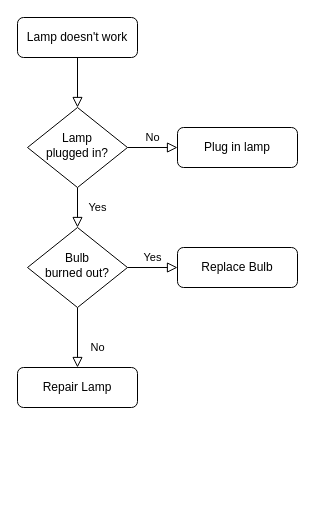
Before: figures/Untitled Diagram.drawio in cclatterbuck/CAplastics, a draw.io diagram. Source tidied: cells renumbered, new cells numbered last; positions are measured from the earlier drawing's top-left corner, leaving out a move shared by most shapes. Both pictures are drawn from the tidied source at 100%, with x=0, y=0 at pixel (17, 17).
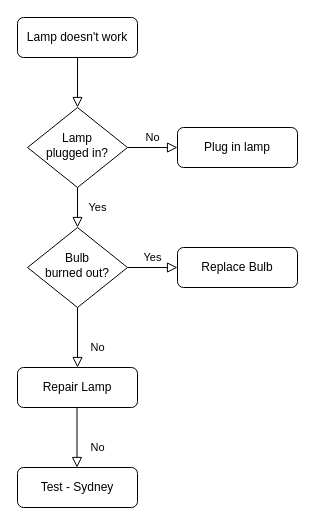
The same diagram, later.

What changed in the source:
```diff
@@
 <mxGraphModel>
   <root>
     <mxCell id="0" />
     <mxCell id="1" parent="0" />
     <mxCell id="2" style="rounded=0;html=1;jettySize=auto;fontSize=11;endArrow=block;endFill=0;endSize=8;strokeWidth=1;shadow=0;labelBackgroundColor=none;edgeStyle=orthogonalEdgeStyle;" parent="1" edge="1" source="3" target="6">
       <mxGeometry relative="1" as="geometry" />
     </mxCell>
     <mxCell id="3" value="Lamp doesn't work" style="rounded=1;whiteSpace=wrap;html=1;fontSize=12;glass=0;strokeWidth=1;shadow=0;" parent="1" vertex="1">
       <mxGeometry width="120" height="40" as="geometry" />
     </mxCell>
     <mxCell id="4" value="Yes" style="rounded=0;html=1;jettySize=auto;fontSize=11;endArrow=block;endFill=0;endSize=8;strokeWidth=1;shadow=0;labelBackgroundColor=none;edgeStyle=orthogonalEdgeStyle;" parent="1" edge="1" source="6" target="10">
       <mxGeometry y="20" relative="1" as="geometry" />
     </mxCell>
     <mxCell id="5" value="No" style="edgeStyle=orthogonalEdgeStyle;rounded=0;html=1;jettySize=auto;fontSize=11;endArrow=block;endFill=0;endSize=8;strokeWidth=1;shadow=0;labelBackgroundColor=none;" parent="1" edge="1" source="6" target="7">
       <mxGeometry y="10" relative="1" as="geometry" />
     </mxCell>
     <mxCell id="6" value="Lamp&lt;br&gt;plugged in?" style="rhombus;whiteSpace=wrap;html=1;shadow=0;fontFamily=Helvetica;fontSize=12;align=center;strokeWidth=1;spacing=6;spacingTop=-4;" parent="1" vertex="1">
       <mxGeometry x="10" y="90" width="100" height="80" as="geometry" />
     </mxCell>
     <mxCell id="7" value="Plug in lamp" style="rounded=1;whiteSpace=wrap;html=1;fontSize=12;glass=0;strokeWidth=1;shadow=0;" parent="1" vertex="1">
       <mxGeometry x="160" y="110" width="120" height="40" as="geometry" />
     </mxCell>
     <mxCell id="8" value="No" style="rounded=0;html=1;jettySize=auto;fontSize=11;endArrow=block;endFill=0;endSize=8;strokeWidth=1;shadow=0;labelBackgroundColor=none;edgeStyle=orthogonalEdgeStyle;" parent="1" edge="1" source="10" target="11">
       <mxGeometry x="0.33" y="20" relative="1" as="geometry" />
     </mxCell>
     <mxCell id="9" value="Yes" style="edgeStyle=orthogonalEdgeStyle;rounded=0;html=1;jettySize=auto;fontSize=11;endArrow=block;endFill=0;endSize=8;strokeWidth=1;shadow=0;labelBackgroundColor=none;" parent="1" edge="1" source="10" target="12">
       <mxGeometry y="10" relative="1" as="geometry" />
     </mxCell>
     <mxCell id="10" value="Bulb&lt;br&gt;burned out?" style="rhombus;whiteSpace=wrap;html=1;shadow=0;fontFamily=Helvetica;fontSize=12;align=center;strokeWidth=1;spacing=6;spacingTop=-4;" parent="1" vertex="1">
       <mxGeometry x="10" y="210" width="100" height="80" as="geometry" />
     </mxCell>
     <mxCell id="11" value="Repair Lamp" style="rounded=1;whiteSpace=wrap;html=1;fontSize=12;glass=0;strokeWidth=1;shadow=0;" parent="1" vertex="1">
       <mxGeometry y="350" width="120" height="40" as="geometry" />
     </mxCell>
     <mxCell id="12" value="Replace Bulb" style="rounded=1;whiteSpace=wrap;html=1;fontSize=12;glass=0;strokeWidth=1;shadow=0;" parent="1" vertex="1">
       <mxGeometry x="160" y="230" width="120" height="40" as="geometry" />
     </mxCell>
+    <mxCell id="13" value="No" style="rounded=0;html=1;jettySize=auto;orthogonalLoop=1;fontSize=11;endArrow=block;endFill=0;endSize=8;strokeWidth=1;shadow=0;labelBackgroundColor=none;edgeStyle=orthogonalEdgeStyle;" parent="1" edge="1">
+      <mxGeometry x="0.33" y="20" relative="1" as="geometry">
+        <mxPoint x="59.5" y="390" as="sourcePoint" />
+        <mxPoint x="59.5" y="450" as="targetPoint" />
+      </mxGeometry>
+    </mxCell>
+    <mxCell id="14" value="Test - Sydney" style="rounded=1;whiteSpace=wrap;html=1;fontSize=12;glass=0;strokeWidth=1;shadow=0;" parent="1" vertex="1">
+      <mxGeometry y="450" width="120" height="40" as="geometry" />
+    </mxCell>
   </root>
 </mxGraphModel>
```
